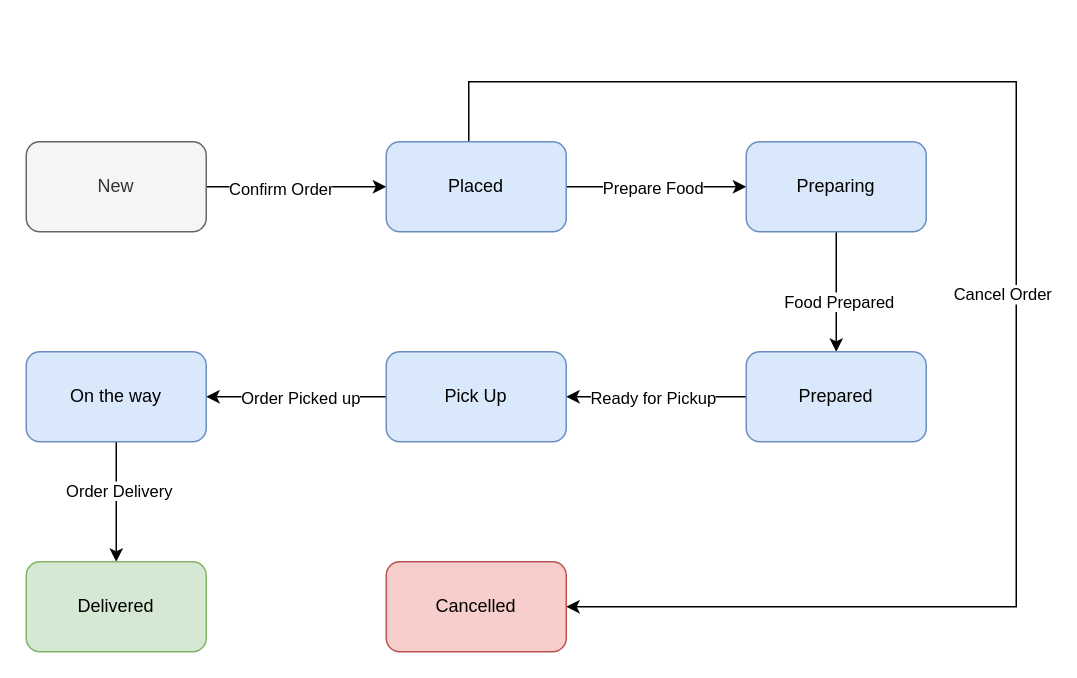
The draw.io diagram docs/event-flow.drawio in Ranjan0491/food-o-meter, before the edit. Source tidied: cells renumbered, new cells numbered last; positions are measured from the earlier drawing's top-left corner, leaving out a move shared by most shapes. Both pictures are drawn from the tidied source at 150%, with x=0, y=0 at pixel (26, 81).
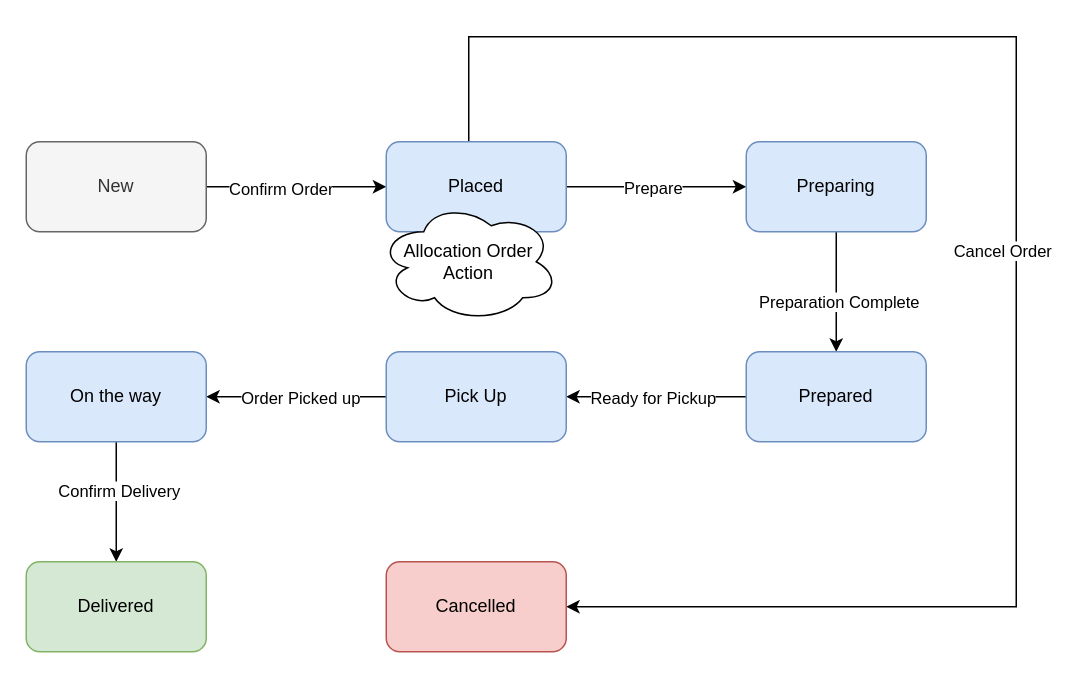
Above is the later version.

The change refers to these unchanged cells:
```xml
<mxCell id="5" style="edgeStyle=orthogonalEdgeStyle;rounded=0;jettySize=auto;html=1;exitX=1;exitY=0.5;exitDx=0;exitDy=0;entryX=0;entryY=0.5;entryDx=0;entryDy=0;" parent="1" edge="1" source="9" target="12">
  <mxGeometry relative="1" as="geometry" />
</mxCell>
<mxCell id="9" value="Placed" style="rounded=1;whiteSpace=wrap;html=1;fillColor=#dae8fc;strokeColor=#6c8ebf;" parent="1" vertex="1">
  <mxGeometry x="240" y="40" width="120" height="60" as="geometry" />
</mxCell>
<mxCell id="10" style="edgeStyle=orthogonalEdgeStyle;rounded=0;jettySize=auto;html=1;exitX=0.5;exitY=1;exitDx=0;exitDy=0;entryX=0.5;entryY=0;entryDx=0;entryDy=0;" parent="1" edge="1" source="12" target="15">
  <mxGeometry relative="1" as="geometry" />
</mxCell>
<mxCell id="16" value="Cancelled" style="rounded=1;whiteSpace=wrap;html=1;fillColor=#f8cecc;strokeColor=#b85450;" parent="1" vertex="1">
  <mxGeometry x="240" y="320" width="120" height="60" as="geometry" />
</mxCell>
<mxCell id="20" style="edgeStyle=orthogonalEdgeStyle;rounded=0;jettySize=auto;html=1;exitX=0.5;exitY=1;exitDx=0;exitDy=0;entryX=0.5;entryY=0;entryDx=0;entryDy=0;" parent="1" edge="1" source="22" target="23">
  <mxGeometry relative="1" as="geometry">
    <Array as="points">
      <mxPoint x="60" y="280" />
      <mxPoint x="60" y="280" />
    </Array>
  </mxGeometry>
</mxCell>
```

Diff of the diagram source:
```diff
@@
-    <mxCell id="6" value="Prepare Food" style="edgeLabel;html=1;align=center;verticalAlign=middle;" parent="5" vertex="1">
+    <mxCell id="6" value="Prepare" style="edgeLabel;html=1;align=center;verticalAlign=middle;" parent="5" vertex="1">
       <mxGeometry x="-0.24" y="1" relative="1" as="geometry">
         <mxPoint x="11" y="1" as="offset" />
       </mxGeometry>
     </mxCell>
     <mxCell id="7" style="edgeStyle=orthogonalEdgeStyle;rounded=0;jettySize=auto;html=1;exitX=0.5;exitY=0;exitDx=0;exitDy=0;entryX=1;entryY=0.5;entryDx=0;entryDy=0;" parent="1" edge="1" source="9" target="16">
       <mxGeometry relative="1" as="geometry">
         <Array as="points">
-          <mxPoint x="295" />
-          <mxPoint x="660" />
+          <mxPoint x="295" y="40" />
+          <mxPoint x="295" y="-30" />
+          <mxPoint x="660" y="-30" />
           <mxPoint x="660" y="350" />
         </Array>
       </mxGeometry>
     </mxCell>
@@
-    <mxCell id="11" value="Food Prepared" style="edgeLabel;html=1;align=center;verticalAlign=middle;" parent="10" vertex="1">
+    <mxCell id="11" value="Preparation Complete" style="edgeLabel;html=1;align=center;verticalAlign=middle;" parent="10" vertex="1">
       <mxGeometry x="0.15" y="1" relative="1" as="geometry" />
     </mxCell>
@@
-    <mxCell id="21" value="Order Delivery" style="edgeLabel;html=1;align=center;verticalAlign=middle;" parent="20" vertex="1">
+    <mxCell id="21" value="Confirm Delivery" style="edgeLabel;html=1;align=center;verticalAlign=middle;" parent="20" vertex="1">
       <mxGeometry x="-0.19" y="1" relative="1" as="geometry" />
     </mxCell>
@@
+    <mxCell id="24" value="Allocation Order &lt;br&gt;Action" style="ellipse;shape=cloud;whiteSpace=wrap;html=1;hachureGap=4;" parent="1" vertex="1">
+      <mxGeometry x="235" y="80" width="120" height="80" as="geometry" />
+    </mxCell>
```
